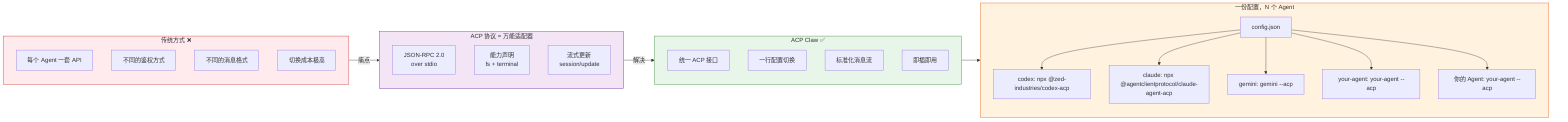
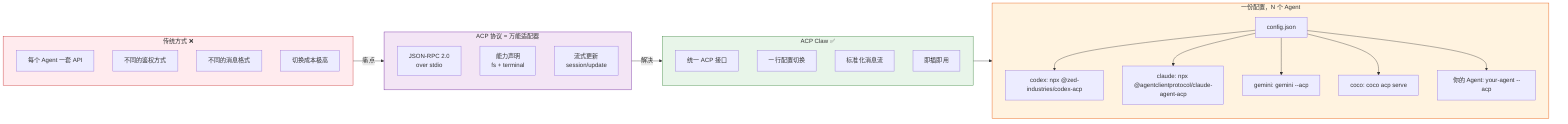
graph LR
    subgraph Protocol["ACP 协议 = 万能适配器"]
        direction TB
        JSONRPC["JSON-RPC 2.0<br/>over stdio"]
        Cap["能力声明<br/>fs + terminal"]
        Stream["流式更新<br/>session/update"]
    end

    subgraph Before["传统方式 ❌"]
        direction TB
        B1["每个 Agent 一套 API"]
        B2["不同的鉴权方式"]
        B3["不同的消息格式"]
        B4["切换成本极高"]
    end

    subgraph After["ACP Claw ✅"]
        direction TB
        A1["统一 ACP 接口"]
        A2["一行配置切换"]
        A3["标准化消息流"]
        A4["即插即用"]
    end

    subgraph Ecosystem["一份配置，N 个 Agent"]
        direction TB
        Conf["config.json"]
        Conf --> E1["codex: npx @zed-industries/codex-acp"]
        Conf --> E2["claude: npx @agentclientprotocol/claude-agent-acp"]
        Conf --> E3["gemini: gemini --acp"]
-         Conf --> E4["your-agent: your-agent --acp"]
+         Conf --> E4["coco: coco acp serve"]
        Conf --> E5["你的 Agent: your-agent --acp"]
    end

    Before -->|"痛点"| Protocol
    Protocol -->|"解决"| After
    After --> Ecosystem

    style Before fill:#FFEBEE,stroke:#C62828
    style Protocol fill:#F3E5F5,stroke:#6A1B9A
    style After fill:#E8F5E9,stroke:#2E7D32
    style Ecosystem fill:#FFF3E0,stroke:#E65100
